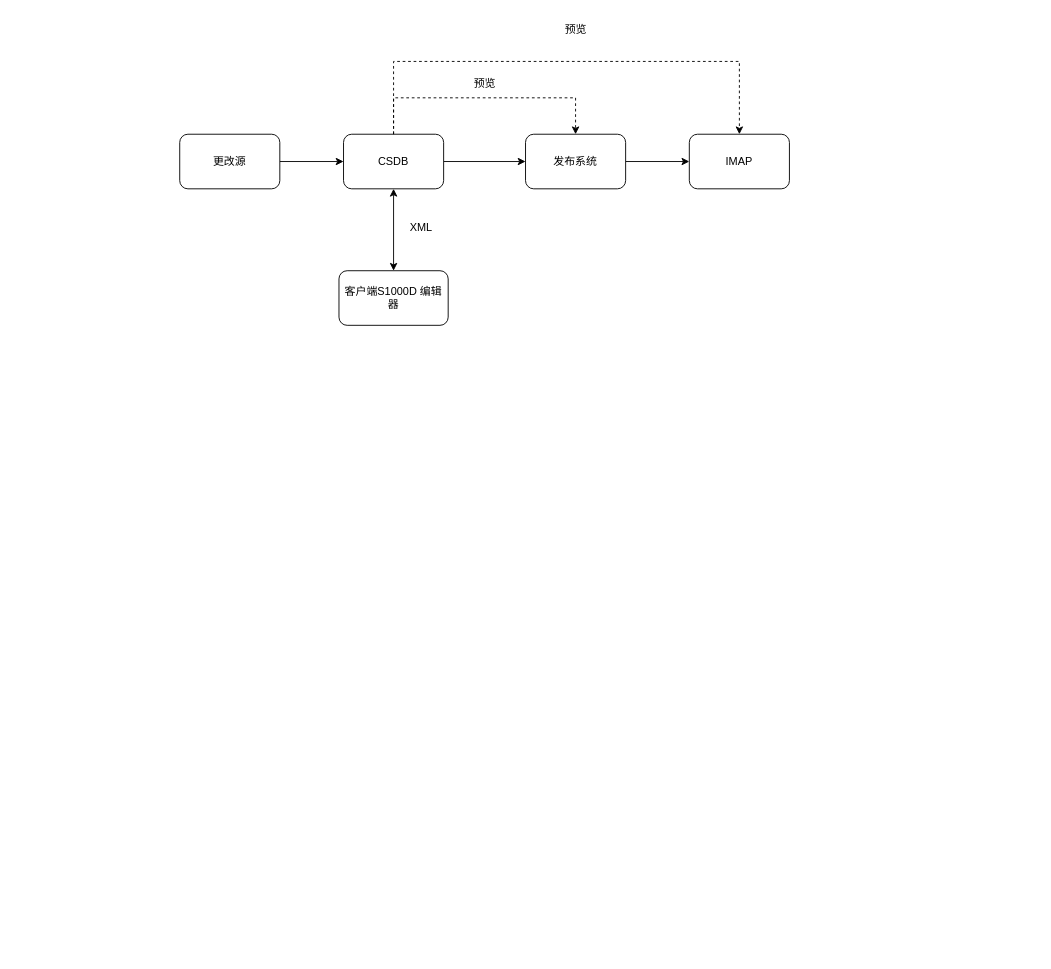
The draw.io diagram csdb/csdb系统交互.drawio in DemonHan/KuickBuy, before the edit. Source tidied: cells renumbered, new cells numbered last; positions are measured from the earlier drawing's top-left corner, leaving out a move shared by most shapes. Both pictures are drawn from the tidied source at 91%, with x=0, y=0 at pixel (179, 15).
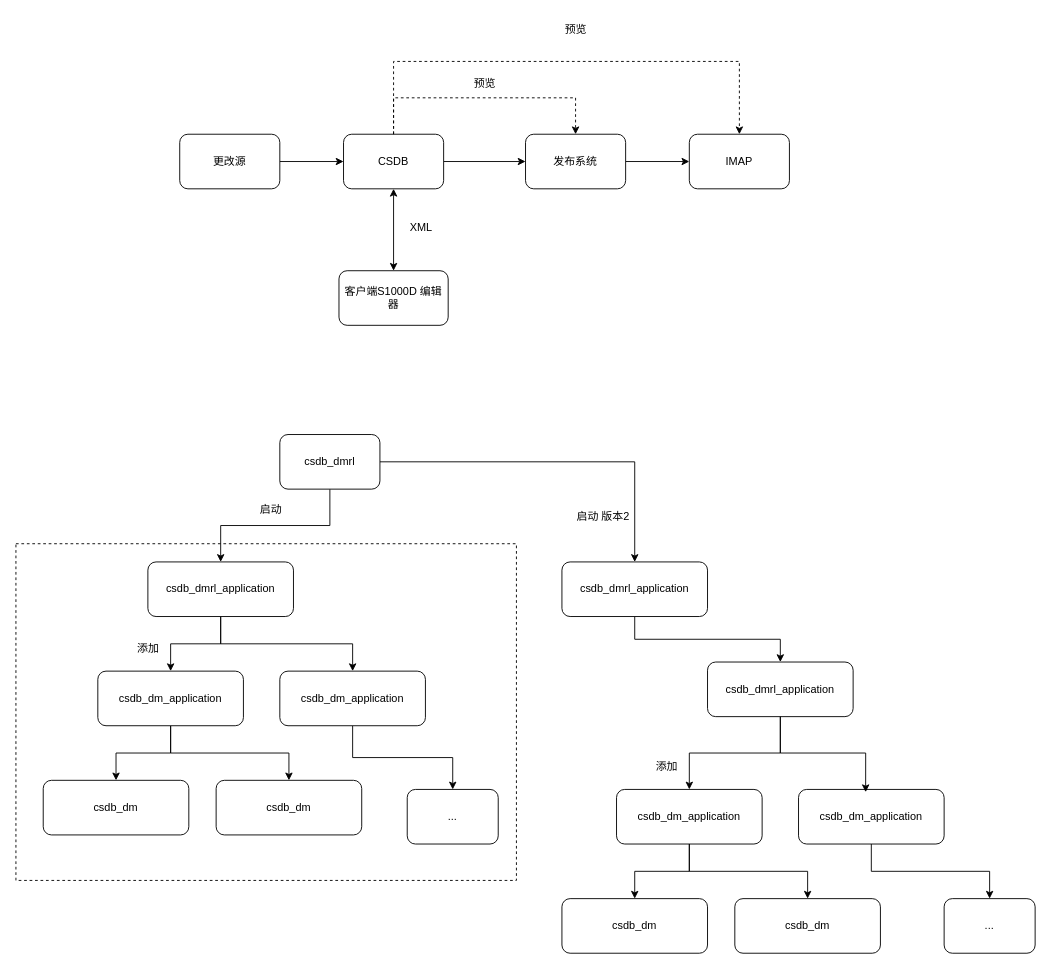
The same diagram, later.

Commit message (it also covers changes not shown here):
更新csdb系统交互.drawio

What changed in the source:
```diff
@@
+    <mxCell id="16" style="rounded=0;whiteSpace=wrap;html=1;dashed=1;" parent="1" vertex="1">
+      <mxGeometry x="-180" y="580" width="550" height="370" as="geometry" />
+    </mxCell>
@@
+    <mxCell id="17" style="edgeStyle=orthogonalEdgeStyle;rounded=0;jettySize=auto;html=1;entryX=0.5;entryY=0;entryDx=0;entryDy=0;" parent="1" edge="1" source="19" target="22">
+      <mxGeometry relative="1" as="geometry" />
+    </mxCell>
+    <mxCell id="18" style="edgeStyle=orthogonalEdgeStyle;rounded=0;jettySize=auto;html=1;" parent="1" edge="1" source="19" target="34">
+      <mxGeometry relative="1" as="geometry" />
+    </mxCell>
+    <mxCell id="19" value="csdb_dmrl" style="rounded=1;whiteSpace=wrap;html=1;" parent="1" vertex="1">
+      <mxGeometry x="110" y="460" width="110" height="60" as="geometry" />
+    </mxCell>
+    <mxCell id="20" style="edgeStyle=orthogonalEdgeStyle;rounded=0;jettySize=auto;html=1;entryX=0.5;entryY=0;entryDx=0;entryDy=0;" parent="1" edge="1" source="22" target="26">
+      <mxGeometry relative="1" as="geometry" />
+    </mxCell>
+    <mxCell id="21" style="edgeStyle=orthogonalEdgeStyle;rounded=0;jettySize=auto;html=1;" parent="1" edge="1" source="22" target="31">
+      <mxGeometry relative="1" as="geometry" />
+    </mxCell>
+    <mxCell id="22" value="csdb_dmrl_application" style="rounded=1;whiteSpace=wrap;html=1;" parent="1" vertex="1">
+      <mxGeometry x="-35" y="600" width="160" height="60" as="geometry" />
+    </mxCell>
+    <mxCell id="23" value="启动" style="text;html=1;align=center;verticalAlign=middle;strokeColor=none;fillColor=none;" parent="1" vertex="1">
+      <mxGeometry x="75" y="528" width="50" height="30" as="geometry" />
+    </mxCell>
+    <mxCell id="24" style="edgeStyle=orthogonalEdgeStyle;rounded=0;jettySize=auto;html=1;entryX=0.5;entryY=0;entryDx=0;entryDy=0;" parent="1" edge="1" source="26" target="28">
+      <mxGeometry relative="1" as="geometry" />
+    </mxCell>
+    <mxCell id="25" style="edgeStyle=orthogonalEdgeStyle;rounded=0;jettySize=auto;html=1;" parent="1" edge="1" source="26" target="29">
+      <mxGeometry relative="1" as="geometry" />
+    </mxCell>
+    <mxCell id="26" value="csdb_dm_application" style="rounded=1;whiteSpace=wrap;html=1;" parent="1" vertex="1">
+      <mxGeometry x="-90" y="720" width="160" height="60" as="geometry" />
+    </mxCell>
+    <mxCell id="27" value="添加" style="text;html=1;align=center;verticalAlign=middle;strokeColor=none;fillColor=none;" parent="1" vertex="1">
+      <mxGeometry x="-60" y="680" width="50" height="30" as="geometry" />
+    </mxCell>
+    <mxCell id="28" value="csdb_dm" style="rounded=1;whiteSpace=wrap;html=1;" parent="1" vertex="1">
+      <mxGeometry x="-150" y="840" width="160" height="60" as="geometry" />
+    </mxCell>
+    <mxCell id="29" value="csdb_dm" style="rounded=1;whiteSpace=wrap;html=1;" parent="1" vertex="1">
+      <mxGeometry x="40" y="840" width="160" height="60" as="geometry" />
+    </mxCell>
+    <mxCell id="30" style="edgeStyle=orthogonalEdgeStyle;rounded=0;jettySize=auto;html=1;entryX=0.5;entryY=0;entryDx=0;entryDy=0;exitX=0.5;exitY=1;exitDx=0;exitDy=0;" parent="1" edge="1" source="31" target="32">
+      <mxGeometry relative="1" as="geometry" />
+    </mxCell>
+    <mxCell id="31" value="csdb_dm_application" style="rounded=1;whiteSpace=wrap;html=1;" parent="1" vertex="1">
+      <mxGeometry x="110" y="720" width="160" height="60" as="geometry" />
+    </mxCell>
+    <mxCell id="32" value="..." style="rounded=1;whiteSpace=wrap;html=1;" parent="1" vertex="1">
+      <mxGeometry x="250" y="850" width="100" height="60" as="geometry" />
+    </mxCell>
+    <mxCell id="33" style="edgeStyle=orthogonalEdgeStyle;rounded=0;jettySize=auto;html=1;entryX=0.5;entryY=0;entryDx=0;entryDy=0;" parent="1" edge="1" source="34" target="37">
+      <mxGeometry relative="1" as="geometry" />
+    </mxCell>
+    <mxCell id="34" value="csdb_dmrl_application" style="rounded=1;whiteSpace=wrap;html=1;" parent="1" vertex="1">
+      <mxGeometry x="420" y="600" width="160" height="60" as="geometry" />
+    </mxCell>
+    <mxCell id="35" value="启动&amp;nbsp;版本2" style="text;html=1;align=center;verticalAlign=middle;strokeColor=none;fillColor=none;" parent="1" vertex="1">
+      <mxGeometry x="425" y="535" width="80" height="30" as="geometry" />
+    </mxCell>
+    <mxCell id="36" style="edgeStyle=orthogonalEdgeStyle;rounded=0;jettySize=auto;html=1;entryX=0.5;entryY=0;entryDx=0;entryDy=0;" parent="1" edge="1" source="37" target="40">
+      <mxGeometry relative="1" as="geometry" />
+    </mxCell>
+    <mxCell id="37" value="csdb_dmrl_application" style="rounded=1;whiteSpace=wrap;html=1;" parent="1" vertex="1">
+      <mxGeometry x="580" y="710" width="160" height="60" as="geometry" />
+    </mxCell>
+    <mxCell id="38" style="edgeStyle=orthogonalEdgeStyle;rounded=0;jettySize=auto;html=1;entryX=0.5;entryY=0;entryDx=0;entryDy=0;" parent="1" edge="1" source="40" target="42">
+      <mxGeometry relative="1" as="geometry" />
+    </mxCell>
+    <mxCell id="39" style="edgeStyle=orthogonalEdgeStyle;rounded=0;jettySize=auto;html=1;" parent="1" edge="1" source="40" target="43">
+      <mxGeometry relative="1" as="geometry" />
+    </mxCell>
+    <mxCell id="40" value="csdb_dm_application" style="rounded=1;whiteSpace=wrap;html=1;" parent="1" vertex="1">
+      <mxGeometry x="480" y="850" width="160" height="60" as="geometry" />
+    </mxCell>
+    <mxCell id="41" value="添加" style="text;html=1;align=center;verticalAlign=middle;strokeColor=none;fillColor=none;" parent="1" vertex="1">
+      <mxGeometry x="510" y="810" width="50" height="30" as="geometry" />
+    </mxCell>
+    <mxCell id="42" value="csdb_dm" style="rounded=1;whiteSpace=wrap;html=1;" parent="1" vertex="1">
+      <mxGeometry x="420" y="970" width="160" height="60" as="geometry" />
+    </mxCell>
+    <mxCell id="43" value="csdb_dm" style="rounded=1;whiteSpace=wrap;html=1;" parent="1" vertex="1">
+      <mxGeometry x="610" y="970" width="160" height="60" as="geometry" />
+    </mxCell>
+    <mxCell id="44" style="edgeStyle=orthogonalEdgeStyle;rounded=0;jettySize=auto;html=1;entryX=0.5;entryY=0;entryDx=0;entryDy=0;exitX=0.5;exitY=1;exitDx=0;exitDy=0;" parent="1" edge="1" source="45" target="46">
+      <mxGeometry relative="1" as="geometry" />
+    </mxCell>
+    <mxCell id="45" value="csdb_dm_application" style="rounded=1;whiteSpace=wrap;html=1;" parent="1" vertex="1">
+      <mxGeometry x="680" y="850" width="160" height="60" as="geometry" />
+    </mxCell>
+    <mxCell id="46" value="..." style="rounded=1;whiteSpace=wrap;html=1;" parent="1" vertex="1">
+      <mxGeometry x="840" y="970" width="100" height="60" as="geometry" />
+    </mxCell>
+    <mxCell id="47" style="edgeStyle=orthogonalEdgeStyle;rounded=0;jettySize=auto;html=1;entryX=0.461;entryY=0.05;entryDx=0;entryDy=0;entryPerimeter=0;" parent="1" edge="1" source="37" target="45">
+      <mxGeometry relative="1" as="geometry" />
+    </mxCell>
```
